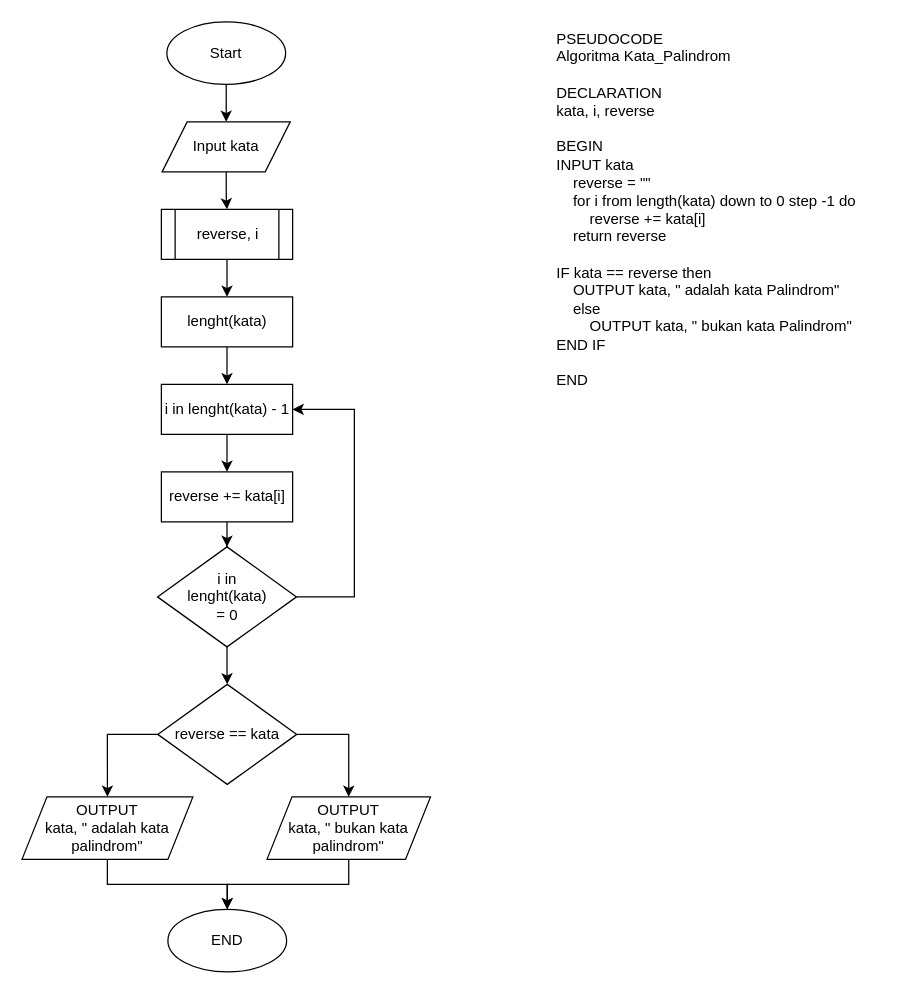
Above: page "Kata Palindrom" (1 of 2) of 6-Tasks-Computer-Science.drawio in mfdrfauzi/fwg17-computer-science (draw.io), before the change. Source tidied: cells renumbered, new cells numbered last; positions are measured from the earlier drawing's top-left corner, leaving out a move shared by most shapes. Both pictures are drawn from the tidied source at 125%, with x=0, y=0 at pixel (21, 21).
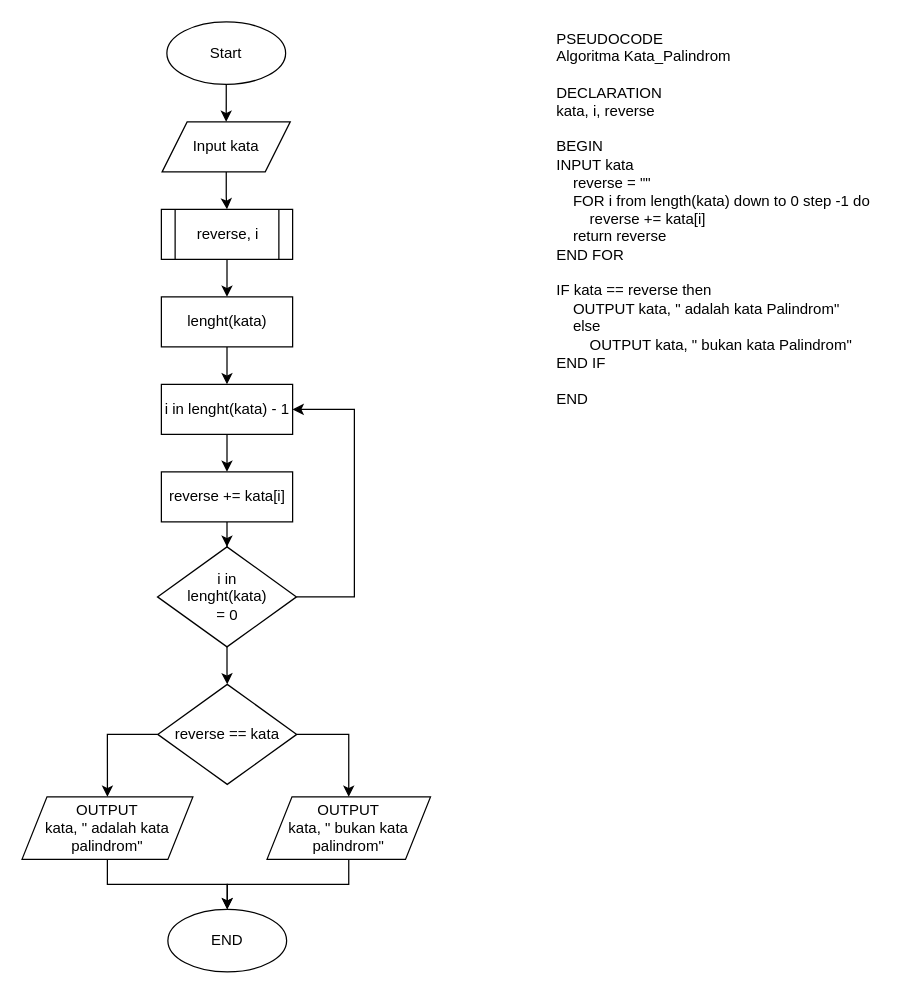
The same diagram, later.

Change to the diagram source:
```diff
@@
-    <mxCell id="2" value="PSEUDOCODE&lt;br&gt;&lt;div&gt;Algoritma Kata_Palindrom&lt;/div&gt;&lt;div&gt;&lt;br&gt;&lt;/div&gt;&lt;div&gt;DECLARATION&lt;/div&gt;&lt;div&gt;kata, i, reverse&lt;/div&gt;&lt;div&gt;&lt;br&gt;&lt;/div&gt;&lt;div&gt;BEGIN&lt;/div&gt;&lt;div&gt;INPUT kata&lt;span style=&quot;&quot;&gt;&lt;/span&gt;&lt;/div&gt;&lt;div&gt;&lt;span style=&quot;&quot;&gt;&lt;span style=&quot;&quot;&gt;&lt;span style=&quot;white-space: pre;&quot;&gt;&amp;nbsp;&amp;nbsp;&amp;nbsp;&amp;nbsp;&lt;/span&gt;&lt;/span&gt;reverse = &quot;&quot;&lt;/span&gt;&lt;/div&gt;&lt;div&gt;&lt;span style=&quot;&quot;&gt;&lt;span style=&quot;&quot;&gt;&lt;span style=&quot;white-space: pre;&quot;&gt;&amp;nbsp;&amp;nbsp;&amp;nbsp;&amp;nbsp;&lt;/span&gt;&lt;/span&gt;for i from length(kata) down to 0 step -1 do&lt;/span&gt;&lt;/div&gt;&lt;div&gt;&lt;span style=&quot;&quot;&gt;&lt;span style=&quot;&quot;&gt;&lt;span style=&quot;white-space: pre;&quot;&gt;&amp;nbsp;&amp;nbsp;&amp;nbsp;&amp;nbsp;&lt;/span&gt;&lt;span style=&quot;white-space: pre;&quot;&gt;&amp;nbsp;&amp;nbsp;&amp;nbsp;&amp;nbsp;&lt;/span&gt;&lt;/span&gt;reverse += kata[i]&lt;/span&gt;&lt;/div&gt;&lt;div&gt;&lt;span style=&quot;&quot;&gt;&lt;span style=&quot;&quot;&gt;&lt;span style=&quot;white-space: pre;&quot;&gt;&amp;nbsp;&amp;nbsp;&amp;nbsp;&amp;nbsp;&lt;/span&gt;&lt;/span&gt;return reverse&lt;/span&gt;&lt;/div&gt;&lt;div&gt;&lt;br&gt;&lt;/div&gt;&lt;div&gt;IF kata == reverse then&lt;/div&gt;&lt;div&gt;&lt;span style=&quot;&quot;&gt;&lt;span style=&quot;&quot;&gt;&lt;span style=&quot;white-space: pre;&quot;&gt;&amp;nbsp;&amp;nbsp;&amp;nbsp;&amp;nbsp;&lt;/span&gt;&lt;/span&gt;OUTPUT kata, &quot; adalah kata Palindrom&quot;&lt;/span&gt;&lt;/div&gt;&lt;div&gt;&lt;span style=&quot;&quot;&gt;&lt;span style=&quot;&quot;&gt;&lt;span style=&quot;white-space: pre;&quot;&gt;&amp;nbsp;&amp;nbsp;&amp;nbsp;&amp;nbsp;&lt;/span&gt;&lt;/span&gt;else&lt;/span&gt;&lt;/div&gt;&lt;div&gt;&lt;span style=&quot;&quot;&gt;&lt;span style=&quot;&quot;&gt;&lt;span style=&quot;white-space: pre;&quot;&gt;&amp;nbsp;&amp;nbsp;&amp;nbsp;&amp;nbsp;&lt;/span&gt;&lt;span style=&quot;white-space: pre;&quot;&gt;&amp;nbsp;&amp;nbsp;&amp;nbsp;&amp;nbsp;&lt;/span&gt;&lt;/span&gt;OUTPUT kata, &quot; bukan kata Palindrom&quot;&lt;/span&gt;&lt;/div&gt;&lt;div&gt;END IF&lt;/div&gt;&lt;div&gt;&lt;br&gt;&lt;/div&gt;&lt;div&gt;END&lt;span style=&quot;&quot;&gt;&lt;span style=&quot;white-space: pre;&quot;&gt;&amp;nbsp;&amp;nbsp;&amp;nbsp;&amp;nbsp;&lt;/span&gt;&lt;/span&gt;&lt;/div&gt;" style="text;html=1;align=left;verticalAlign=top;strokeColor=none;fillColor=none;" parent="1" vertex="1">
-      <mxGeometry x="426" width="260" height="300" as="geometry" />
+    <mxCell id="2" value="PSEUDOCODE&lt;br&gt;&lt;div&gt;Algoritma Kata_Palindrom&lt;/div&gt;&lt;div&gt;&lt;br&gt;&lt;/div&gt;&lt;div&gt;DECLARATION&lt;/div&gt;&lt;div&gt;kata, i, reverse&lt;/div&gt;&lt;div&gt;&lt;br&gt;&lt;/div&gt;&lt;div&gt;BEGIN&lt;/div&gt;&lt;div&gt;INPUT kata&lt;span style=&quot;&quot;&gt;&lt;/span&gt;&lt;/div&gt;&lt;div&gt;&lt;span style=&quot;&quot;&gt;&lt;span style=&quot;&quot;&gt;&lt;span style=&quot;white-space: pre;&quot;&gt;&amp;nbsp;&amp;nbsp;&amp;nbsp;&amp;nbsp;&lt;/span&gt;&lt;/span&gt;reverse = &quot;&quot;&lt;/span&gt;&lt;/div&gt;&lt;div&gt;&lt;span style=&quot;&quot;&gt;&lt;span style=&quot;&quot;&gt;&lt;span style=&quot;white-space: pre;&quot;&gt;&amp;nbsp;&amp;nbsp;&amp;nbsp;&amp;nbsp;FOR&lt;/span&gt;&lt;/span&gt;&amp;nbsp;i from length(kata) down to 0 step -1 do&lt;/span&gt;&lt;/div&gt;&lt;div&gt;&lt;span style=&quot;&quot;&gt;&lt;span style=&quot;&quot;&gt;&lt;span style=&quot;white-space: pre;&quot;&gt;&amp;nbsp;&amp;nbsp;&amp;nbsp;&amp;nbsp;&lt;/span&gt;&lt;span style=&quot;white-space: pre;&quot;&gt;&amp;nbsp;&amp;nbsp;&amp;nbsp;&amp;nbsp;&lt;/span&gt;&lt;/span&gt;reverse += kata[i]&lt;/span&gt;&lt;/div&gt;&lt;div&gt;&lt;span style=&quot;&quot;&gt;&lt;span style=&quot;&quot;&gt;&lt;span style=&quot;white-space: pre;&quot;&gt;&amp;nbsp;&amp;nbsp;&amp;nbsp;&amp;nbsp;&lt;/span&gt;&lt;/span&gt;return reverse&lt;/span&gt;&lt;/div&gt;&lt;div&gt;&lt;span style=&quot;&quot;&gt;END FOR&lt;/span&gt;&lt;/div&gt;&lt;div&gt;&lt;br&gt;&lt;/div&gt;&lt;div&gt;IF kata == reverse then&lt;/div&gt;&lt;div&gt;&lt;span style=&quot;&quot;&gt;&lt;span style=&quot;&quot;&gt;&lt;span style=&quot;white-space: pre;&quot;&gt;&amp;nbsp;&amp;nbsp;&amp;nbsp;&amp;nbsp;&lt;/span&gt;&lt;/span&gt;OUTPUT kata, &quot; adalah kata Palindrom&quot;&lt;/span&gt;&lt;/div&gt;&lt;div&gt;&lt;span style=&quot;&quot;&gt;&lt;span style=&quot;&quot;&gt;&lt;span style=&quot;white-space: pre;&quot;&gt;&amp;nbsp;&amp;nbsp;&amp;nbsp;&amp;nbsp;&lt;/span&gt;&lt;/span&gt;else&lt;/span&gt;&lt;/div&gt;&lt;div&gt;&lt;span style=&quot;&quot;&gt;&lt;span style=&quot;&quot;&gt;&lt;span style=&quot;white-space: pre;&quot;&gt;&amp;nbsp;&amp;nbsp;&amp;nbsp;&amp;nbsp;&lt;/span&gt;&lt;span style=&quot;white-space: pre;&quot;&gt;&amp;nbsp;&amp;nbsp;&amp;nbsp;&amp;nbsp;&lt;/span&gt;&lt;/span&gt;OUTPUT kata, &quot; bukan kata Palindrom&quot;&lt;/span&gt;&lt;/div&gt;&lt;div&gt;END IF&lt;/div&gt;&lt;div&gt;&lt;br&gt;&lt;/div&gt;&lt;div&gt;END&lt;span style=&quot;&quot;&gt;&lt;span style=&quot;white-space: pre;&quot;&gt;&amp;nbsp;&amp;nbsp;&amp;nbsp;&amp;nbsp;&lt;/span&gt;&lt;/span&gt;&lt;/div&gt;" style="text;html=1;align=left;verticalAlign=top;strokeColor=none;fillColor=none;" parent="1" vertex="1">
+      <mxGeometry x="426" width="270" height="320" as="geometry" />
     </mxCell>
```
